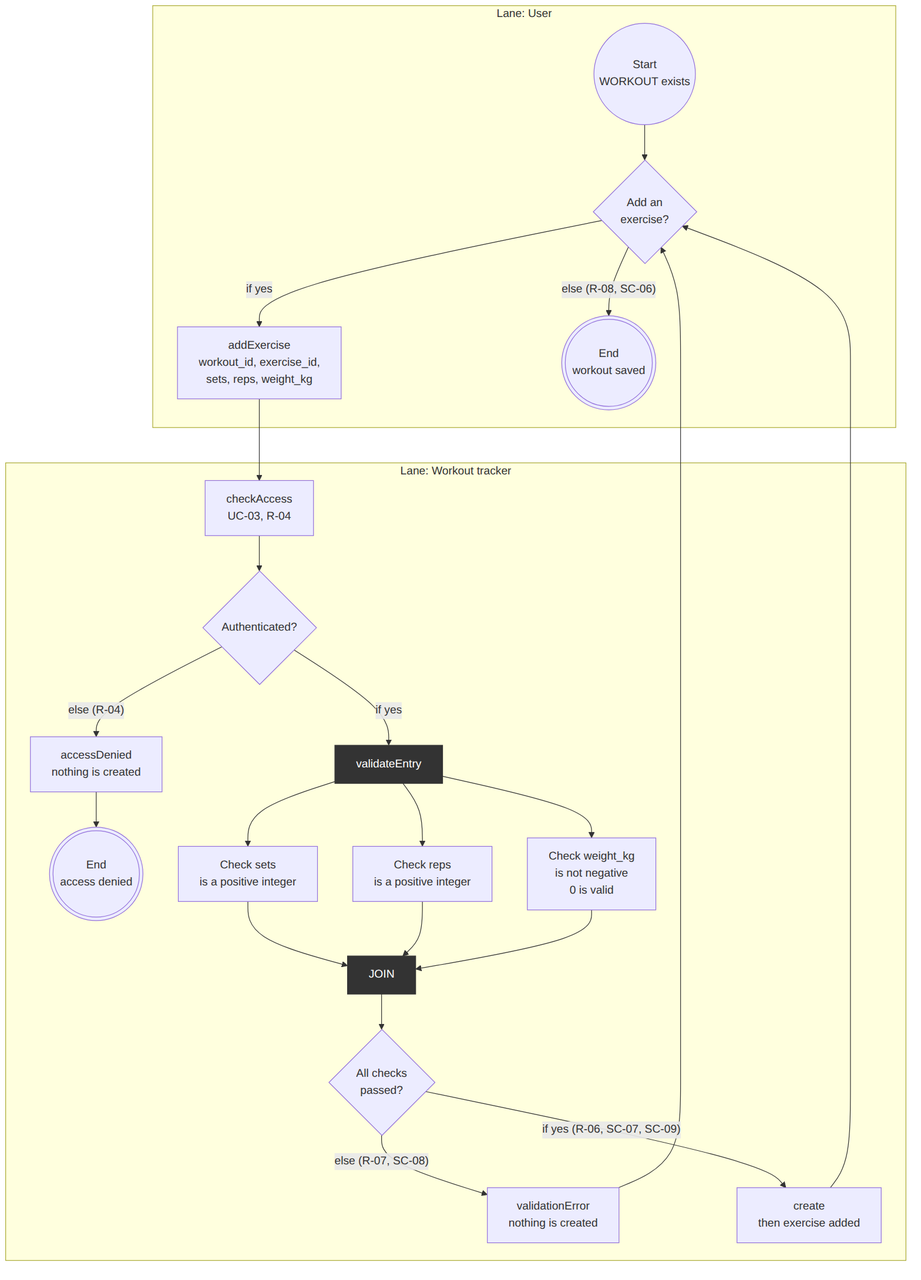
Before: task-4/activity-diagram.png, a diagram exported from Mermaid (setlors/kpi-2). Its source is kept beside it as task-4/activity-diagram.mmd.
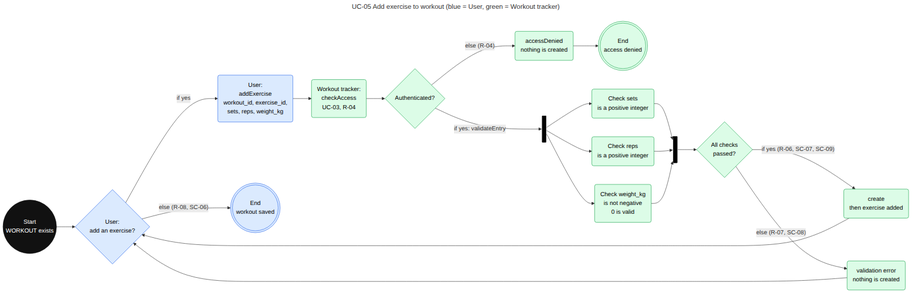
Later version of the same file.

Diff of the diagram source:
```diff
@@ -1,32 +1,31 @@
-flowchart TB
-    subgraph USER["Lane: User"]
-        S0(("Start<br/>WORKOUT exists"))
-        D1{"Add an<br/>exercise?"}
-        A2["addExercise<br/>workout_id, exercise_id,<br/>sets, reps, weight_kg"]
-        E1((("End<br/>workout saved")))
-    end
+---
+title: "UC-05 Add exercise to workout (blue = User, green = Workout tracker)"
+---
+flowchart LR
+    S0(("Start<br/>WORKOUT exists"))
+    D1{"User:<br/>add an exercise?"}
+    A2("User:<br/>addExercise<br/>workout_id, exercise_id,<br/>sets, reps, weight_kg")
+    E1((("End<br/>workout saved")))
 
-    subgraph WT["Lane: Workout tracker"]
-        A3["checkAccess<br/>UC-03, R-04"]
-        D4{"Authenticated?"}
-        A5["accessDenied<br/>nothing is created"]
-        E2((("End<br/>access denied")))
-        F6["validateEntry"]
-        A7a["Check sets<br/>is a positive integer"]
-        A7b["Check reps<br/>is a positive integer"]
-        A7c["Check weight_kg<br/>is not negative<br/>0 is valid"]
-        J8["JOIN"]
-        D9{"All checks<br/>passed?"}
-        A10["validationError<br/>nothing is created"]
-        A11["create<br/>then exercise added"]
-    end
+    A3("Workout tracker:<br/>checkAccess<br/>UC-03, R-04")
+    D4{"Authenticated?"}
+    A5("accessDenied<br/>nothing is created")
+    E2((("End<br/>access denied")))
+    F6@{ shape: fork, label: " " }
+    A7a("Check sets<br/>is a positive integer")
+    A7b("Check reps<br/>is a positive integer")
+    A7c("Check weight_kg<br/>is not negative<br/>0 is valid")
+    J8@{ shape: join, label: " " }
+    D9{"All checks<br/>passed?"}
+    A10("validation error<br/>nothing is created")
+    A11("create<br/>then exercise added")
 
     S0 --> D1
     D1 -- "if yes" --> A2
     D1 -- "else (R-08, SC-06)" --> E1
     A2 --> A3
     A3 --> D4
-    D4 -- "if yes" --> F6
+    D4 -- "if yes: validateEntry" --> F6
     D4 -- "else (R-04)" --> A5
     A5 --> E2
     F6 --> A7a
@@ -41,5 +40,11 @@
     A10 --> D1
     A11 --> D1
 
-    classDef bar fill:#333,stroke:#333,color:#fff;
+    classDef user fill:#dbeafe,stroke:#2563eb,color:#000;
+    classDef wt fill:#dcfce7,stroke:#16a34a,color:#000;
+    classDef start fill:#111,stroke:#111,color:#fff;
+    classDef bar fill:#000,stroke:#000;
+    class S0 start;
     class F6,J8 bar;
+    class D1,A2,E1 user;
+    class A3,D4,A5,E2,A7a,A7b,A7c,D9,A10,A11 wt;
```
